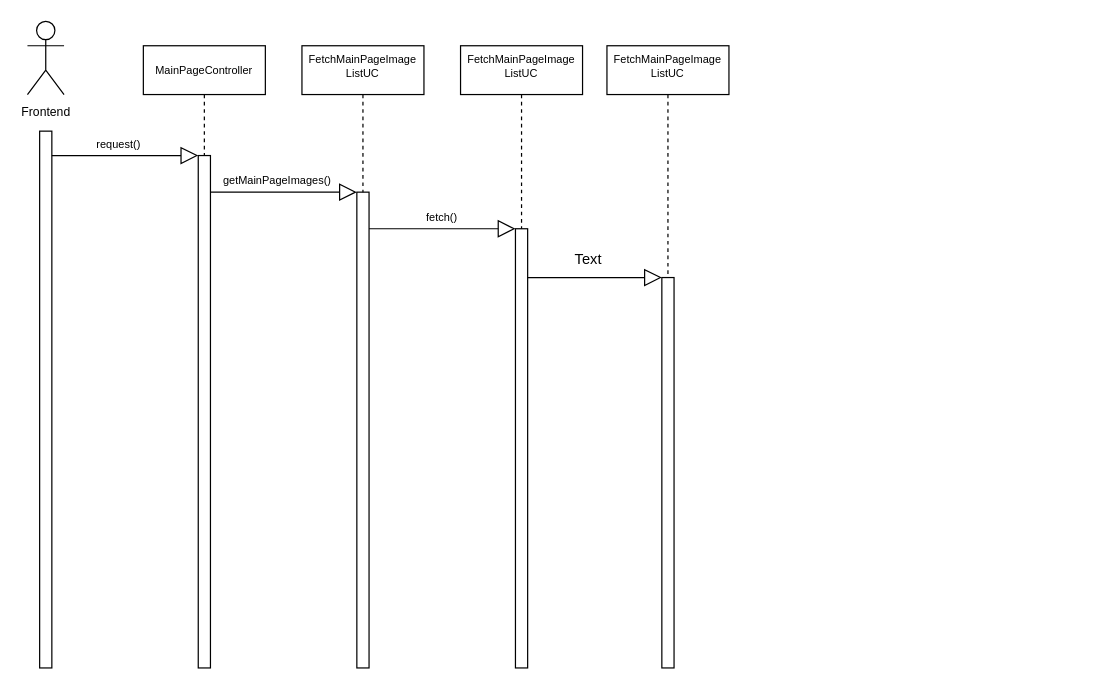
Above: art-site-and-store-api/diagrams/usecase/activity/sequence/FetchImageMatadataForMainPage.drawio in Kamiltlusty/art-site-and-store (draw.io), before the change. Source tidied: cells renumbered, new cells numbered last; positions are measured from the earlier drawing's top-left corner, leaving out a move shared by most shapes. Both pictures are drawn from the tidied source at 122%, with x=0, y=0 at pixel (27, 21).
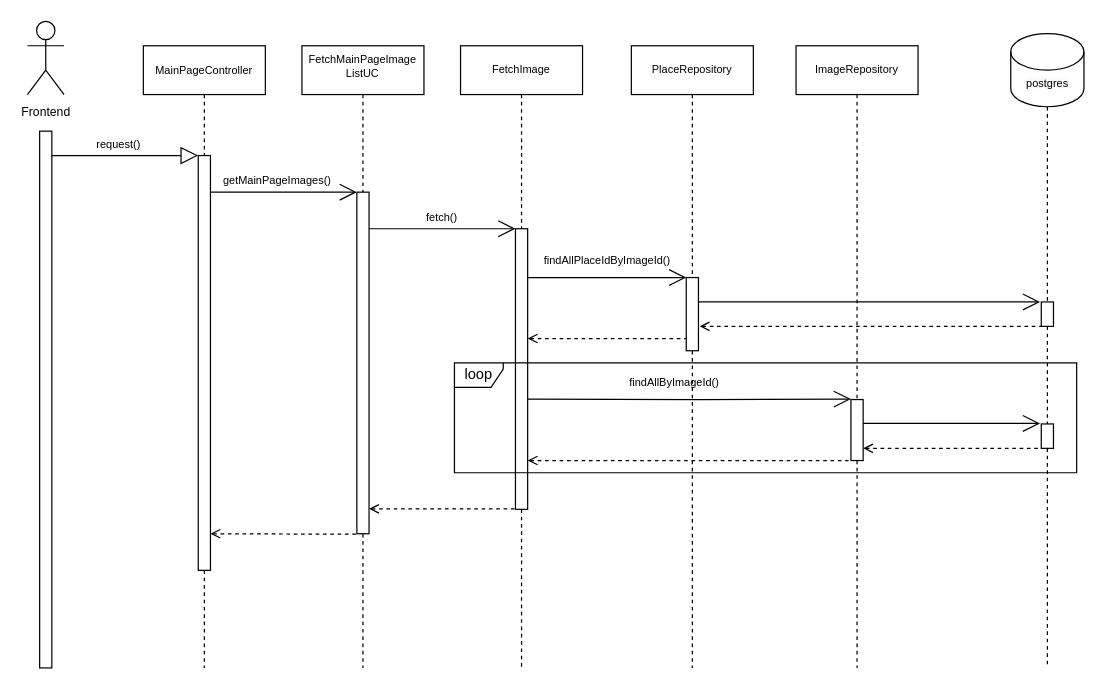
After the change.

Commit message (it also covers changes not shown here):
completed unit tests fetching images for Main Page

Change to the diagram source:
```diff
@@
     <mxCell id="5" style="html=1;perimeter=orthogonalPerimeter;targetShapes=umlLifeline;newEdgeStyle={&quot;curved&quot;:0,&quot;rounded&quot;:0};" parent="1" vertex="1">
-      <mxGeometry x="140" y="110" width="10" height="420" as="geometry" />
+      <mxGeometry x="140" y="110" width="10" height="340" as="geometry" />
     </mxCell>
@@
     <mxCell id="10" style="html=1;perimeter=orthogonalPerimeter;targetShapes=umlLifeline;newEdgeStyle={&quot;curved&quot;:0,&quot;rounded&quot;:0};" parent="1" vertex="1">
-      <mxGeometry x="270" y="140" width="10" height="390" as="geometry" />
+      <mxGeometry x="270" y="140" width="10" height="280" as="geometry" />
     </mxCell>
@@
-    <mxCell id="12" style="endArrow=block;endFill=0;endSize=12;html=1;rounded=0;" parent="1" edge="1">
+    <mxCell id="12" style="endArrow=open;endFill=0;endSize=12;html=1;rounded=0;" parent="1" edge="1">
       <mxGeometry relative="1" as="geometry">
         <mxPoint x="150" y="140" as="sourcePoint" />
         <mxPoint x="270" y="140" as="targetPoint" />
       </mxGeometry>
     </mxCell>
@@
     <mxCell id="15" style="html=1;points=[[0,0,0,0,5],[0,1,0,0,-5],[1,0,0,0,5],[1,1,0,0,-5]];perimeter=orthogonalPerimeter;outlineConnect=0;targetShapes=umlLifeline;portConstraint=eastwest;newEdgeStyle={&quot;curved&quot;:0,&quot;rounded&quot;:0};" parent="1" vertex="1">
-      <mxGeometry x="400" y="170" width="10" height="360" as="geometry" />
+      <mxGeometry x="400" y="170" width="10" height="230" as="geometry" />
     </mxCell>
-    <mxCell id="16" value="&lt;font style=&quot;font-size: 9px;&quot;&gt;FetchMainPageImage&lt;br style=&quot;font-size: 9px;&quot;&gt;ListUC&lt;br style=&quot;font-size: 9px;&quot;&gt;&lt;br style=&quot;font-size: 9px;&quot;&gt;&lt;/font&gt;" style="whiteSpace=wrap;html=1;align=center;fontSize=9;spacing=2;spacingTop=0;verticalAlign=top;" parent="1" vertex="1">
+    <mxCell id="16" value="&lt;font style=&quot;font-size: 9px;&quot;&gt;FetchImage&lt;br style=&quot;font-size: 9px;&quot;&gt;&lt;/font&gt;" style="whiteSpace=wrap;html=1;align=center;fontSize=9;spacing=2;spacingTop=0;verticalAlign=middle;" parent="1" vertex="1">
       <mxGeometry x="355" y="20" width="100" height="40" as="geometry" />
     </mxCell>
-    <mxCell id="17" style="endArrow=block;endFill=0;endSize=12;html=1;rounded=0;" parent="1" edge="1">
+    <mxCell id="17" style="endArrow=open;endFill=0;endSize=12;html=1;rounded=0;" parent="1" edge="1">
       <mxGeometry relative="1" as="geometry">
         <mxPoint x="280" y="170" as="sourcePoint" />
         <mxPoint x="400" y="170" as="targetPoint" />
       </mxGeometry>
     </mxCell>
@@
-    <mxCell id="19" value="&lt;font style=&quot;font-size: 9px;&quot;&gt;FetchMainPageImage&lt;br style=&quot;font-size: 9px;&quot;&gt;ListUC&lt;br style=&quot;font-size: 9px;&quot;&gt;&lt;br style=&quot;font-size: 9px;&quot;&gt;&lt;/font&gt;" style="whiteSpace=wrap;html=1;align=center;fontSize=9;spacing=2;spacingTop=0;verticalAlign=top;" parent="1" vertex="1">
-      <mxGeometry x="475" y="20" width="100" height="40" as="geometry" />
+    <mxCell id="19" value="&lt;font style=&quot;font-size: 9px;&quot;&gt;PlaceRepository&lt;br style=&quot;font-size: 9px;&quot;&gt;&lt;/font&gt;" style="whiteSpace=wrap;html=1;align=center;fontSize=9;spacing=2;spacingTop=0;verticalAlign=middle;" parent="1" vertex="1">
+      <mxGeometry x="495" y="20" width="100" height="40" as="geometry" />
     </mxCell>
     <mxCell id="20" style="html=1;points=[[0,0,0,0,5],[0,1,0,0,-5],[1,0,0,0,5],[1,1,0,0,-5]];perimeter=orthogonalPerimeter;outlineConnect=0;targetShapes=umlLifeline;portConstraint=eastwest;newEdgeStyle={&quot;curved&quot;:0,&quot;rounded&quot;:0};" parent="1" vertex="1">
-      <mxGeometry x="520" y="210" width="10" height="320" as="geometry" />
+      <mxGeometry x="540" y="210" width="10" height="60" as="geometry" />
     </mxCell>
     <mxCell id="21" style="line;strokeWidth=1;direction=south;html=1;fillStyle=auto;fillColor=default;dashed=1;" parent="1" vertex="1">
-      <mxGeometry x="520" y="60" width="10" height="150" as="geometry" />
+      <mxGeometry x="540" y="60" width="10" height="150" as="geometry" />
     </mxCell>
-    <mxCell id="22" style="endArrow=block;endFill=0;endSize=12;html=1;rounded=0;" parent="1" edge="1">
+    <mxCell id="22" style="endArrow=open;endFill=0;endSize=12;html=1;rounded=0;" parent="1" edge="1" target="20">
       <mxGeometry relative="1" as="geometry">
         <mxPoint x="410" y="210" as="sourcePoint" />
-        <mxPoint x="520" y="210" as="targetPoint" />
       </mxGeometry>
     </mxCell>
-    <mxCell id="23" value="Text" style="text;html=1;strokeColor=none;fillColor=none;align=center;verticalAlign=middle;whiteSpace=wrap;rounded=0;" parent="1" vertex="1">
-      <mxGeometry x="430" y="180" width="60" height="30" as="geometry" />
-    </mxCell>
+    <mxCell id="24" value="&lt;font style=&quot;font-size: 9px;&quot;&gt;findAllPlaceIdByImageId()&lt;/font&gt;" style="text;html=1;align=center;verticalAlign=middle;strokeColor=none;fillColor=none;" parent="1" vertex="1">
+      <mxGeometry x="410" y="180" width="130" height="30" as="geometry" />
+    </mxCell>
+    <mxCell id="25" value="&lt;font style=&quot;font-size: 9px;&quot;&gt;ImageRepository&lt;br style=&quot;font-size: 9px;&quot;&gt;&lt;/font&gt;" style="whiteSpace=wrap;html=1;align=center;fontSize=9;spacing=2;spacingTop=0;verticalAlign=middle;" parent="1" vertex="1">
+      <mxGeometry x="630" y="20" width="100" height="40" as="geometry" />
+    </mxCell>
+    <mxCell id="26" style="shape=cylinder3;whiteSpace=wrap;html=1;boundedLbl=1;backgroundOutline=1;size=15;" parent="1" vertex="1">
+      <mxGeometry x="806" y="10" width="60" height="60" as="geometry" />
+    </mxCell>
+    <mxCell id="27" value="&lt;span style=&quot;color: rgb(0, 0, 0); font-family: Helvetica; font-size: 9px; font-style: normal; font-variant-ligatures: normal; font-variant-caps: normal; font-weight: 400; letter-spacing: normal; orphans: 2; text-align: center; text-indent: 0px; text-transform: none; widows: 2; word-spacing: 0px; -webkit-text-stroke-width: 0px; background-color: rgb(251, 251, 251); text-decoration-thickness: initial; text-decoration-style: initial; text-decoration-color: initial; float: none; display: inline !important;&quot;&gt;postgres&lt;/span&gt;" style="text;whiteSpace=wrap;html=1;verticalAlign=middle;" parent="1" vertex="1">
+      <mxGeometry x="817" y="40" width="38" height="20" as="geometry" />
+    </mxCell>
+    <mxCell id="28" style="line;strokeWidth=1;direction=south;html=1;fillStyle=auto;fillColor=default;dashed=1;" parent="1" vertex="1">
+      <mxGeometry x="675" y="60" width="10" height="250" as="geometry" />
+    </mxCell>
+    <mxCell id="29" style="html=1;perimeter=orthogonalPerimeter;targetShapes=umlLifeline;newEdgeStyle={&quot;curved&quot;:0,&quot;rounded&quot;:0};" parent="1" vertex="1">
+      <mxGeometry x="675" y="310" width="10" height="50" as="geometry" />
+    </mxCell>
+    <mxCell id="30" style="endArrow=open;endFill=0;endSize=12;html=1;rounded=0;" parent="1" edge="1">
+      <mxGeometry relative="1" as="geometry">
+        <mxPoint x="410" y="309.6" as="sourcePoint" />
+        <mxPoint x="675" y="309.6" as="targetPoint" />
+        <Array as="points">
+          <mxPoint x="550" y="310" />
+        </Array>
+      </mxGeometry>
+    </mxCell>
+    <mxCell id="31" style="line;strokeWidth=1;direction=south;html=1;fillStyle=auto;fillColor=default;dashed=1;" parent="1" vertex="1">
+      <mxGeometry x="831" y="70" width="10" height="160" as="geometry" />
+    </mxCell>
+    <mxCell id="32" style="html=1;perimeter=orthogonalPerimeter;targetShapes=umlLifeline;newEdgeStyle={&quot;curved&quot;:0,&quot;rounded&quot;:0};" parent="1" vertex="1">
+      <mxGeometry x="831" y="230" width="10" height="20" as="geometry" />
+    </mxCell>
+    <mxCell id="33" style="endArrow=open;endFill=0;endSize=12;html=1;rounded=0;" parent="1" edge="1">
+      <mxGeometry relative="1" as="geometry">
+        <mxPoint x="550" y="230" as="sourcePoint" />
+        <mxPoint x="830" y="230" as="targetPoint" />
+      </mxGeometry>
+    </mxCell>
+    <mxCell id="34" style="endArrow=none;endFill=0;endSize=12;html=1;rounded=0;startArrow=open;startFill=0;dashed=1;strokeWidth=1;jumpSize=6;" parent="1" edge="1">
+      <mxGeometry relative="1" as="geometry">
+        <mxPoint x="551" y="250" as="sourcePoint" />
+        <mxPoint x="831" y="250" as="targetPoint" />
+      </mxGeometry>
+    </mxCell>
+    <mxCell id="35" value="loop" style="shape=umlFrame;whiteSpace=wrap;html=1;fillColor=default;strokeWidth=1;width=40;height=20;" parent="1" vertex="1">
+      <mxGeometry x="350" y="280" width="510" height="90" as="geometry" />
+    </mxCell>
+    <mxCell id="36" style="endArrow=none;endFill=0;endSize=12;html=1;rounded=0;startArrow=open;startFill=0;dashed=1;strokeWidth=1;jumpSize=6;" parent="1" edge="1" target="20">
+      <mxGeometry relative="1" as="geometry">
+        <mxPoint x="410" y="260" as="sourcePoint" />
+      </mxGeometry>
+    </mxCell>
+    <mxCell id="37" style="endArrow=open;endFill=0;endSize=12;html=1;rounded=0;" parent="1" edge="1">
+      <mxGeometry relative="1" as="geometry">
+        <mxPoint x="685" y="329.6" as="sourcePoint" />
+        <mxPoint x="830" y="329.6" as="targetPoint" />
+      </mxGeometry>
+    </mxCell>
+    <mxCell id="38" style="endArrow=none;endFill=0;endSize=12;html=1;rounded=0;startArrow=open;startFill=0;dashed=1;strokeWidth=1;jumpSize=6;" parent="1" edge="1" target="45">
+      <mxGeometry relative="1" as="geometry">
+        <mxPoint x="685" y="350" as="sourcePoint" />
+        <Array as="points">
+          <mxPoint x="765" y="350" />
+        </Array>
+      </mxGeometry>
+    </mxCell>
+    <mxCell id="39" style="endArrow=none;endFill=0;endSize=12;html=1;rounded=0;startArrow=open;startFill=0;dashed=1;strokeWidth=1;jumpSize=6;" parent="1" edge="1">
+      <mxGeometry relative="1" as="geometry">
+        <mxPoint x="410" y="360" as="sourcePoint" />
+        <mxPoint x="673" y="360" as="targetPoint" />
+      </mxGeometry>
+    </mxCell>
+    <mxCell id="40" value="&lt;font style=&quot;font-size: 9px;&quot;&gt;findAllByImageId()&lt;/font&gt;" style="text;html=1;align=center;verticalAlign=middle;strokeColor=none;fillColor=none;" parent="1" vertex="1">
+      <mxGeometry x="480" y="280" width="100" height="30" as="geometry" />
+    </mxCell>
+    <mxCell id="41" style="line;strokeWidth=1;direction=south;html=1;fillStyle=auto;fillColor=default;dashed=1;" parent="1" vertex="1">
+      <mxGeometry x="540" y="270" width="10" height="260" as="geometry" />
+    </mxCell>
+    <mxCell id="42" style="endArrow=none;endFill=0;endSize=12;html=1;rounded=0;startArrow=open;startFill=0;dashed=1;strokeWidth=1;jumpSize=6;" parent="1" edge="1" target="15">
+      <mxGeometry relative="1" as="geometry">
+        <mxPoint x="280" y="399.6" as="sourcePoint" />
+      </mxGeometry>
+    </mxCell>
+    <mxCell id="43" style="endArrow=none;endFill=0;endSize=12;html=1;rounded=0;startArrow=open;startFill=0;dashed=1;strokeWidth=1;jumpSize=6;" parent="1" edge="1">
+      <mxGeometry relative="1" as="geometry">
+        <mxPoint x="150" y="420" as="sourcePoint" />
+        <mxPoint x="270" y="420.4" as="targetPoint" />
+      </mxGeometry>
+    </mxCell>
+    <mxCell id="44" style="line;strokeWidth=1;direction=south;html=1;fillStyle=auto;fillColor=default;dashed=1;" parent="1" vertex="1">
+      <mxGeometry x="675" y="360" width="10" height="170" as="geometry" />
+    </mxCell>
+    <mxCell id="45" style="html=1;points=[[0,0,0,0,5],[0,1,0,0,-5],[1,0,0,0,5],[1,1,0,0,-5]];perimeter=orthogonalPerimeter;outlineConnect=0;targetShapes=umlLifeline;portConstraint=eastwest;newEdgeStyle={&quot;curved&quot;:0,&quot;rounded&quot;:0};" parent="1" vertex="1">
+      <mxGeometry x="831" y="330" width="10" height="20" as="geometry" />
+    </mxCell>
+    <mxCell id="46" style="line;strokeWidth=1;direction=south;html=1;fillStyle=auto;fillColor=default;dashed=1;" parent="1" vertex="1">
+      <mxGeometry x="831" y="250" width="10" height="80" as="geometry" />
+    </mxCell>
+    <mxCell id="47" style="line;strokeWidth=1;direction=south;html=1;fillStyle=auto;fillColor=default;dashed=1;" parent="1" vertex="1">
+      <mxGeometry x="831" y="350" width="10" height="180" as="geometry" />
+    </mxCell>
+    <mxCell id="48" style="line;strokeWidth=1;direction=south;html=1;fillStyle=auto;fillColor=default;dashed=1;" parent="1" vertex="1">
+      <mxGeometry x="400" y="400" width="10" height="130" as="geometry" />
+    </mxCell>
+    <mxCell id="49" style="line;strokeWidth=1;direction=south;html=1;fillStyle=auto;fillColor=default;dashed=1;" parent="1" vertex="1">
+      <mxGeometry x="270" y="420" width="10" height="110" as="geometry" />
+    </mxCell>
+    <mxCell id="50" style="line;strokeWidth=1;direction=south;html=1;fillStyle=auto;fillColor=default;dashed=1;" parent="1" vertex="1">
+      <mxGeometry x="140" y="450" width="10" height="80" as="geometry" />
+    </mxCell>
```
